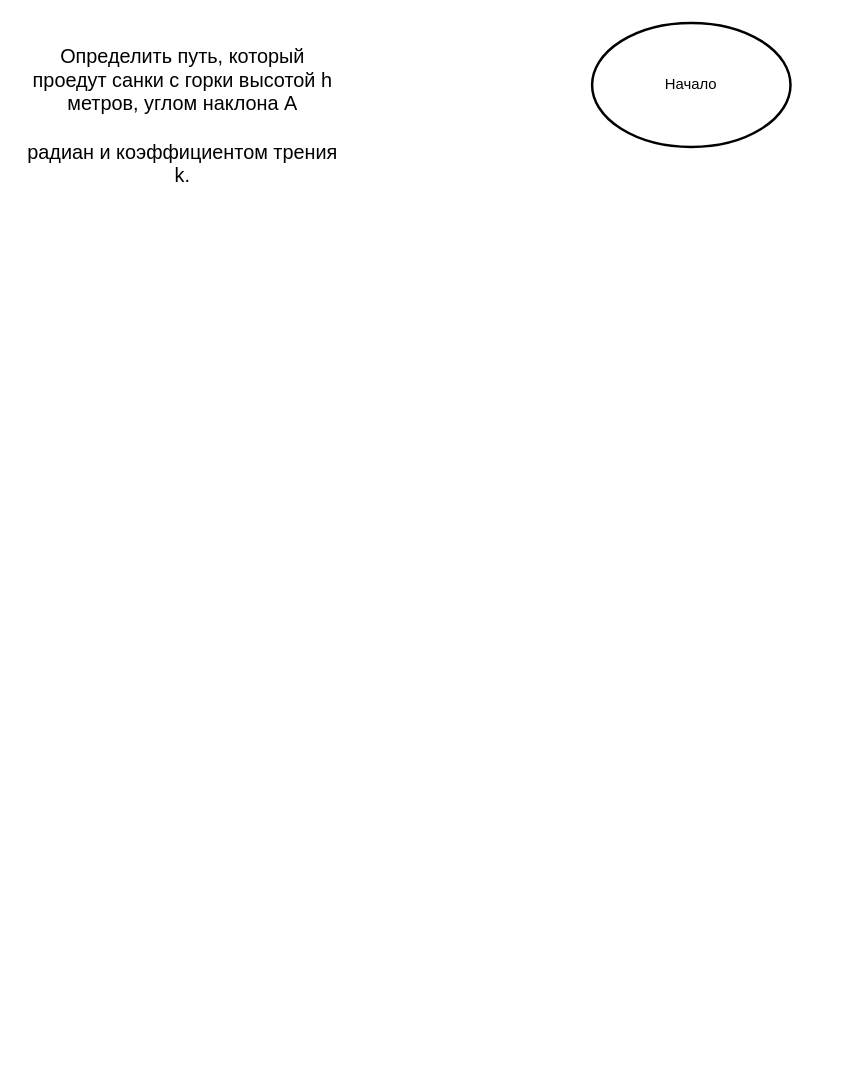
Before: Lesson2/Dz.drawio in DaniilDunguon/university-lessons, a draw.io diagram. Source tidied: cells renumbered, new cells numbered last; positions are measured from the earlier drawing's top-left corner, leaving out a move shared by most shapes. Both pictures are drawn from the tidied source at 124%, with x=0, y=0 at pixel (21, 22).
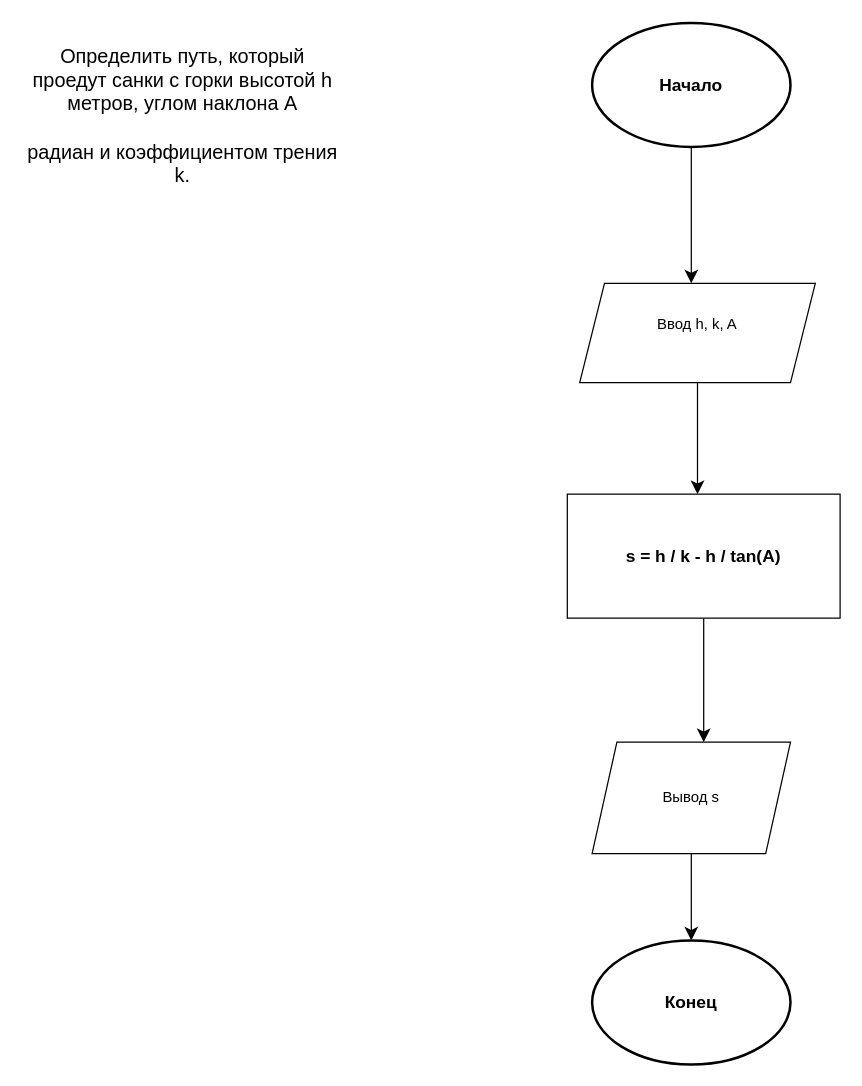
The same diagram, later.

What changed in the source:
```diff
@@
 <mxGraphModel>
   <root>
     <mxCell id="0" />
     <mxCell id="1" parent="0" />
     <mxCell id="2" value="&lt;div&gt;Определить путь, который проедут санки с горки высотой h метров, углом наклона А&lt;/div&gt;&lt;div&gt;&lt;br&gt;&lt;/div&gt;&lt;div&gt;радиан и коэффициентом трения k.&lt;/div&gt;" style="text;html=1;whiteSpace=wrap;strokeColor=none;fillColor=none;align=center;verticalAlign=middle;rounded=0;fontSize=16;" parent="1" vertex="1">
       <mxGeometry y="60" width="260" height="30" as="geometry" />
     </mxCell>
+    <mxCell id="4" style="edgeStyle=none;curved=1;rounded=0;jettySize=auto;html=1;fontSize=12;startSize=8;endSize=8;" parent="1" edge="1" source="3">
+      <mxGeometry relative="1" as="geometry">
+        <mxPoint x="540" y="210" as="targetPoint" />
+      </mxGeometry>
+    </mxCell>
-    <mxCell id="3" value="Начало" style="strokeWidth=2;html=1;shape=mxgraph.flowchart.start_2;whiteSpace=wrap;" parent="1" vertex="1">
+    <mxCell id="3" value="&lt;font style=&quot;font-size: 14px;&quot;&gt;&lt;b&gt;Начало&lt;/b&gt;&lt;/font&gt;" style="strokeWidth=2;html=1;shape=mxgraph.flowchart.start_2;whiteSpace=wrap;" parent="1" vertex="1">
       <mxGeometry x="460" width="160" height="100" as="geometry" />
     </mxCell>
+    <mxCell id="5" style="edgeStyle=none;curved=1;rounded=0;jettySize=auto;html=1;fontSize=12;startSize=8;endSize=8;" parent="1" edge="1" source="6">
+      <mxGeometry relative="1" as="geometry">
+        <mxPoint x="545" y="380" as="targetPoint" />
+      </mxGeometry>
+    </mxCell>
+    <mxCell id="6" value="Ввод h, k, A&lt;div&gt;&lt;br&gt;&lt;/div&gt;" style="shape=parallelogram;perimeter=parallelogramPerimeter;whiteSpace=wrap;html=1;shapeInside=1;fixedSize=1;" parent="1" vertex="1">
+      <mxGeometry x="450" y="210" width="190" height="80" as="geometry" />
+    </mxCell>
+    <mxCell id="7" style="edgeStyle=none;curved=1;rounded=0;jettySize=auto;html=1;fontSize=12;startSize=8;endSize=8;" parent="1" edge="1" source="8">
+      <mxGeometry relative="1" as="geometry">
+        <mxPoint x="550" y="580" as="targetPoint" />
+      </mxGeometry>
+    </mxCell>
+    <mxCell id="8" value="&lt;font style=&quot;font-size: 14px;&quot;&gt;&lt;b&gt;s = h / k - h / tan(A)&lt;/b&gt;&lt;/font&gt;" style="rounded=0;whiteSpace=wrap;html=1;" parent="1" vertex="1">
+      <mxGeometry x="440" y="380" width="220" height="100" as="geometry" />
+    </mxCell>
+    <mxCell id="9" value="Вывод s" style="shape=parallelogram;perimeter=parallelogramPerimeter;whiteSpace=wrap;html=1;shapeInside=1;fixedSize=1;" parent="1" vertex="1">
+      <mxGeometry x="460" y="580" width="160" height="90" as="geometry" />
+    </mxCell>
+    <mxCell id="10" value="&lt;span style=&quot;font-size: 14px;&quot;&gt;&lt;b&gt;Конец&lt;/b&gt;&lt;/span&gt;" style="strokeWidth=2;html=1;shape=mxgraph.flowchart.start_2;whiteSpace=wrap;" parent="1" vertex="1">
+      <mxGeometry x="460" y="740" width="160" height="100" as="geometry" />
+    </mxCell>
+    <mxCell id="11" style="edgeStyle=none;curved=1;rounded=0;jettySize=auto;html=1;entryX=0.5;entryY=0;entryDx=0;entryDy=0;entryPerimeter=0;fontSize=12;startSize=8;endSize=8;" parent="1" edge="1" source="9" target="10">
+      <mxGeometry relative="1" as="geometry" />
+    </mxCell>
   </root>
 </mxGraphModel>
```
